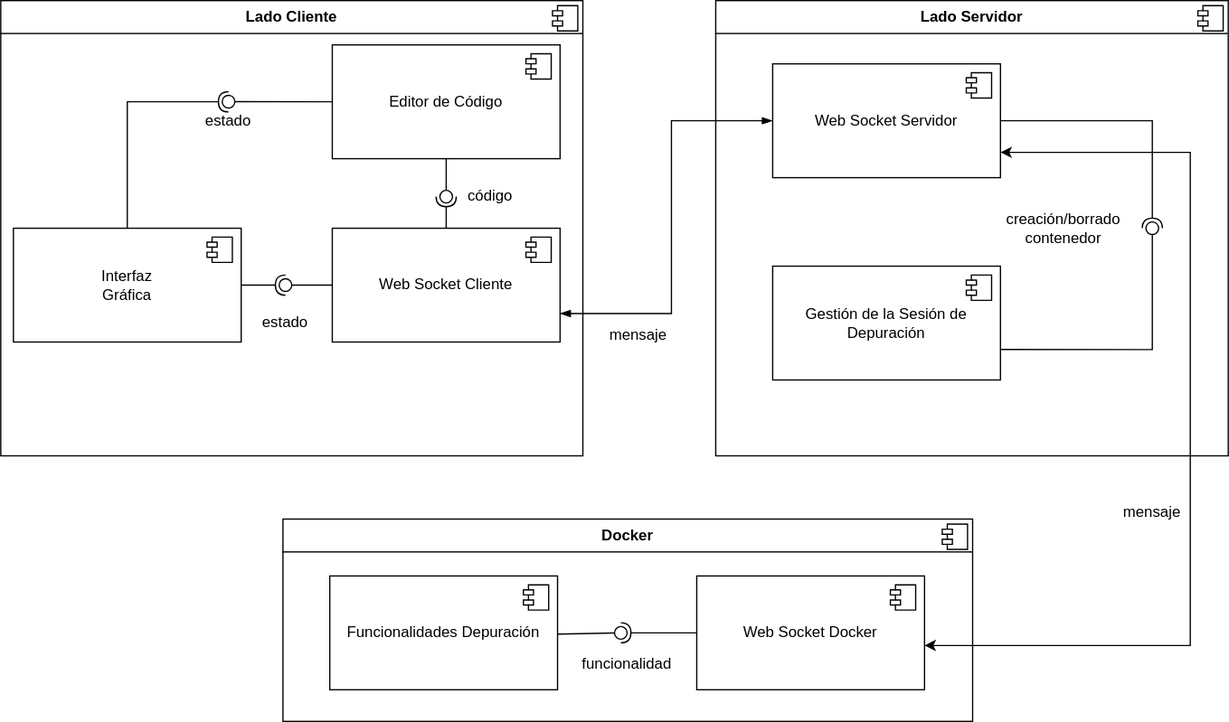
Above: doc/img/componentes_TFG.drawio.svg in Adri-Extremix/Trabajo-de-Fin-de-Grado (draw.io), before the change. Source tidied: cells renumbered, new cells last; positions are measured from the earlier drawing's top-left corner, leaving out a move shared by most shapes.
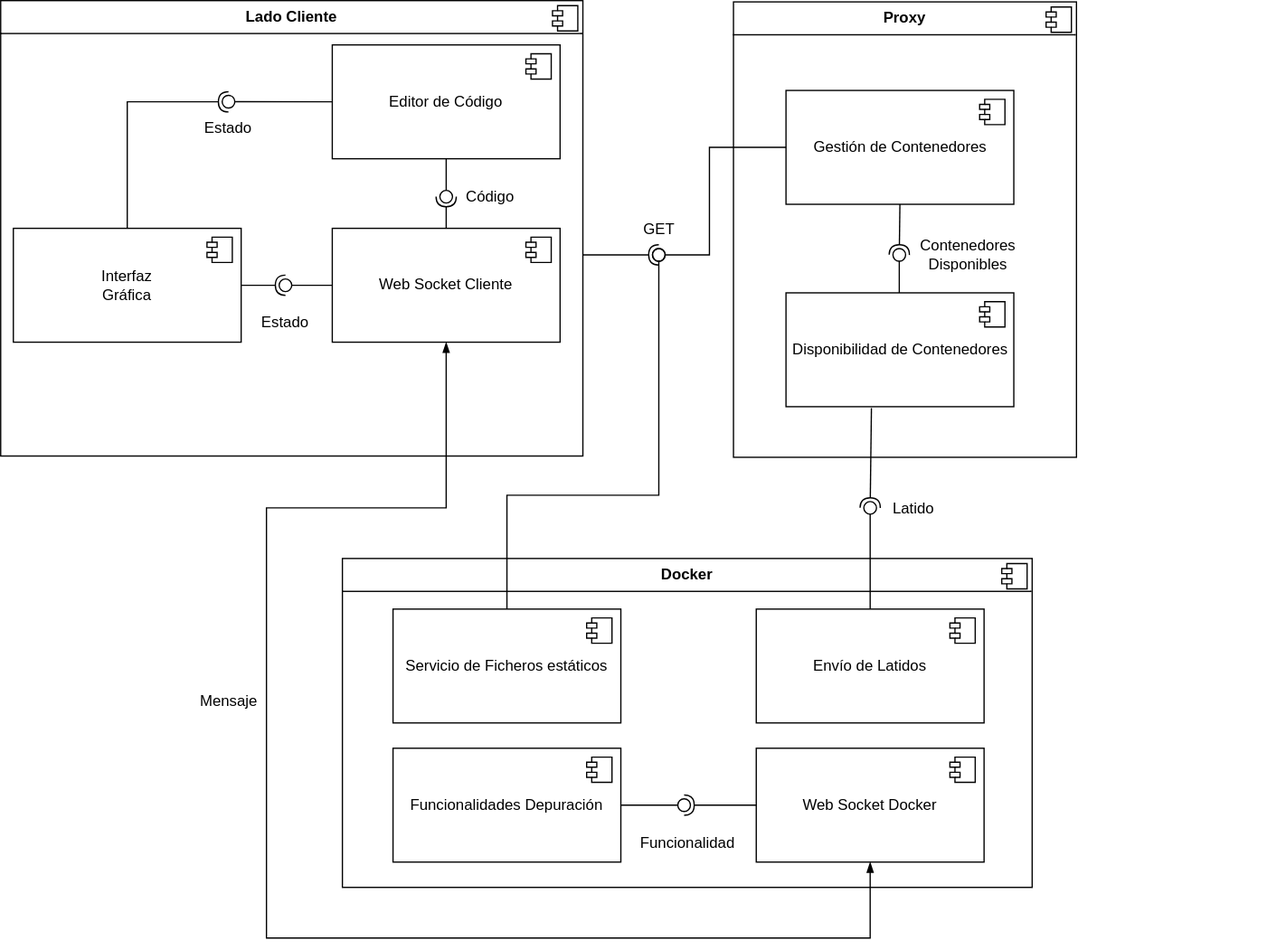
The same diagram one commit later.

Commit message:
Avances en memoria, cambio a la nueva arquitectura

What changed in the source:
```diff
@@ -2,22 +2,22 @@
   <root>
     <mxCell id="0" />
     <mxCell id="1" parent="0" />
+    <mxCell id="53" value="&lt;p style=&quot;margin:0px;margin-top:6px;text-align:center;&quot;&gt;&lt;b&gt;Proxy&lt;/b&gt;&lt;/p&gt;&lt;hr size=&quot;1&quot; style=&quot;border-style:solid;&quot;&gt;&lt;p style=&quot;margin:0px;margin-left:8px;&quot;&gt;&lt;br&gt;&lt;br&gt;&lt;/p&gt;" style="align=left;overflow=fill;html=1;whiteSpace=wrap;" parent="1" vertex="1">
+      <mxGeometry x="509" y="-20" width="271" height="360" as="geometry" />
+    </mxCell>
+    <mxCell id="54" style="shape=component;jettyWidth=8;jettyHeight=4;" parent="53" vertex="1">
+      <mxGeometry x="1" width="20" height="20" relative="1" as="geometry">
+        <mxPoint x="-24" y="4" as="offset" />
+      </mxGeometry>
+    </mxCell>
     <mxCell id="2" value="&lt;p style=&quot;margin:0px;margin-top:6px;text-align:center;&quot;&gt;&lt;b&gt;Docker&lt;/b&gt;&lt;/p&gt;&lt;hr size=&quot;1&quot; style=&quot;border-style:solid;&quot;&gt;" style="align=left;overflow=fill;html=1;whiteSpace=wrap;" parent="1" vertex="1">
-      <mxGeometry x="223" y="410" width="545" height="160" as="geometry" />
+      <mxGeometry x="200" y="420" width="545" height="260" as="geometry" />
     </mxCell>
     <mxCell id="3" style="shape=component;jettyWidth=8;jettyHeight=4;" parent="2" vertex="1">
       <mxGeometry x="1" width="20" height="20" relative="1" as="geometry">
         <mxPoint x="-24" y="4" as="offset" />
       </mxGeometry>
     </mxCell>
-    <mxCell id="4" value="&lt;p style=&quot;margin:0px;margin-top:6px;text-align:center;&quot;&gt;&lt;b&gt;Lado Servidor&lt;/b&gt;&lt;/p&gt;&lt;hr size=&quot;1&quot; style=&quot;border-style:solid;&quot;&gt;" style="align=left;overflow=fill;html=1;whiteSpace=wrap;" parent="1" vertex="1">
-      <mxGeometry x="565" width="405" height="360" as="geometry" />
-    </mxCell>
-    <mxCell id="5" style="shape=component;jettyWidth=8;jettyHeight=4;" parent="4" vertex="1">
-      <mxGeometry x="1" width="20" height="20" relative="1" as="geometry">
-        <mxPoint x="-24" y="4" as="offset" />
-      </mxGeometry>
-    </mxCell>
     <mxCell id="6" style="ellipse;whiteSpace=wrap;html=1;align=center;fillColor=none;strokeColor=none;perimeter=centerPerimeter;" parent="1" vertex="1">
       <mxGeometry x="425" y="230" width="10" height="10" as="geometry" />
     </mxCell>
@@ -25,7 +25,7 @@
       <mxGeometry x="325" y="150" width="10" height="10" as="geometry" />
     </mxCell>
     <mxCell id="8" style="group;" parent="1" vertex="1">
-      <mxGeometry width="460" height="420" as="geometry" />
+      <mxGeometry x="-70" y="-21" width="460" height="420" as="geometry" />
     </mxCell>
     <mxCell id="9" value="&lt;p style=&quot;margin:0px;margin-top:6px;text-align:center;&quot;&gt;&lt;b&gt;Lado Cliente&lt;/b&gt;&lt;/p&gt;&lt;hr size=&quot;1&quot; style=&quot;border-style:solid;&quot;&gt;&lt;p style=&quot;margin:0px;margin-left:8px;&quot;&gt;&lt;br&gt;&lt;br&gt;&lt;/p&gt;" style="align=left;overflow=fill;html=1;whiteSpace=wrap;" parent="8" vertex="1">
       <mxGeometry width="460" height="360" as="geometry" />
@@ -73,10 +73,10 @@
         <mxPoint x="-27" y="7" as="offset" />
       </mxGeometry>
     </mxCell>
-    <mxCell id="21" value="código" style="text;html=1;align=center;verticalAlign=middle;whiteSpace=wrap;rounded=0;" parent="8" vertex="1">
+    <mxCell id="21" value="Código" style="text;html=1;align=center;verticalAlign=middle;whiteSpace=wrap;rounded=0;" parent="8" vertex="1">
       <mxGeometry x="357" y="140" width="60" height="30" as="geometry" />
     </mxCell>
-    <mxCell id="22" value="estado" style="text;html=1;align=center;verticalAlign=middle;whiteSpace=wrap;rounded=0;" parent="8" vertex="1">
+    <mxCell id="22" value="Estado" style="text;html=1;align=center;verticalAlign=middle;whiteSpace=wrap;rounded=0;" parent="8" vertex="1">
       <mxGeometry x="195" y="240" width="60" height="30" as="geometry" />
     </mxCell>
     <mxCell id="23" style="rounded=0;jettySize=auto;html=1;endArrow=halfCircle;endFill=0;endSize=6;strokeWidth=1;sketch=0;exitX=0.5;exitY=0;exitDx=0;exitDy=0;" parent="8" edge="1" source="19">
@@ -95,8 +95,8 @@
     <mxCell id="25" style="ellipse;whiteSpace=wrap;html=1;align=center;fillColor=none;strokeColor=none;perimeter=centerPerimeter;" parent="8" vertex="1">
       <mxGeometry x="185" y="110" width="10" height="10" as="geometry" />
     </mxCell>
-    <mxCell id="26" value="estado" style="text;html=1;align=center;verticalAlign=middle;whiteSpace=wrap;rounded=0;" parent="8" vertex="1">
-      <mxGeometry x="150" y="80" width="60" height="30" as="geometry" />
+    <mxCell id="26" value="Estado" style="text;html=1;align=center;verticalAlign=middle;whiteSpace=wrap;rounded=0;" parent="8" vertex="1">
+      <mxGeometry x="150" y="86" width="60" height="30" as="geometry" />
     </mxCell>
     <mxCell id="27" style="rounded=0;jettySize=auto;html=1;endArrow=oval;endFill=0;sketch=0;sourcePerimeterSpacing=0;targetPerimeterSpacing=0;endSize=10;exitX=0;exitY=0.5;exitDx=0;exitDy=0;" parent="8" edge="1" source="13">
       <mxGeometry relative="1" as="geometry">
@@ -106,63 +106,30 @@
     <mxCell id="28" style="ellipse;whiteSpace=wrap;html=1;align=center;fillColor=none;strokeColor=none;perimeter=centerPerimeter;" parent="1" vertex="1">
       <mxGeometry x="499" y="220" width="10" height="10" as="geometry" />
     </mxCell>
-    <mxCell id="29" style="edgeStyle=orthogonalEdgeStyle;rounded=0;jettySize=auto;html=1;entryX=1;entryY=0.75;entryDx=0;entryDy=0;startArrow=blockThin;startFill=1;endArrow=blockThin;endFill=1;exitX=0;exitY=0.5;exitDx=0;exitDy=0;" parent="1" edge="1" source="30" target="13">
-      <mxGeometry relative="1" as="geometry">
-        <Array as="points">
-          <mxPoint x="530" y="95" />
-          <mxPoint x="530" y="248" />
-        </Array>
-      </mxGeometry>
-    </mxCell>
-    <mxCell id="30" value="Web Socket Servidor" style="html=1;whiteSpace=wrap;" parent="1" vertex="1">
-      <mxGeometry x="610" y="50" width="180" height="90" as="geometry" />
+    <mxCell id="30" value="Gestión de Contenedores" style="html=1;whiteSpace=wrap;" parent="1" vertex="1">
+      <mxGeometry x="550.5" y="50" width="180" height="90" as="geometry" />
     </mxCell>
     <mxCell id="31" style="shape=module;jettyWidth=8;jettyHeight=4;" parent="30" vertex="1">
       <mxGeometry x="1" width="20" height="20" relative="1" as="geometry">
         <mxPoint x="-27" y="7" as="offset" />
       </mxGeometry>
     </mxCell>
-    <mxCell id="32" value="Gestión de la Sesión de Depuración" style="html=1;whiteSpace=wrap;" parent="1" vertex="1">
-      <mxGeometry x="610" y="210" width="180" height="90" as="geometry" />
+    <mxCell id="32" value="Disponibilidad de Contenedores" style="html=1;whiteSpace=wrap;" parent="1" vertex="1">
+      <mxGeometry x="550.5" y="210" width="180" height="90" as="geometry" />
     </mxCell>
     <mxCell id="33" style="shape=module;jettyWidth=8;jettyHeight=4;" parent="32" vertex="1">
       <mxGeometry x="1" width="20" height="20" relative="1" as="geometry">
         <mxPoint x="-27" y="7" as="offset" />
       </mxGeometry>
     </mxCell>
-    <mxCell id="34" style="rounded=0;jettySize=auto;html=1;endArrow=halfCircle;endFill=0;endSize=6;strokeWidth=1;sketch=0;exitX=1;exitY=0.5;exitDx=0;exitDy=0;" parent="1" edge="1" source="30">
-      <mxGeometry relative="1" as="geometry">
-        <mxPoint x="910" y="180" as="targetPoint" />
-        <Array as="points">
-          <mxPoint x="910" y="95" />
-        </Array>
-      </mxGeometry>
-    </mxCell>
-    <mxCell id="35" style="rounded=0;jettySize=auto;html=1;endArrow=oval;endFill=0;sketch=0;sourcePerimeterSpacing=0;targetPerimeterSpacing=0;endSize=10;exitX=1.003;exitY=0.732;exitDx=0;exitDy=0;exitPerimeter=0;" parent="1" edge="1" source="32">
-      <mxGeometry relative="1" as="geometry">
-        <mxPoint x="910" y="180" as="targetPoint" />
-        <Array as="points">
-          <mxPoint x="910" y="276" />
-        </Array>
-      </mxGeometry>
-    </mxCell>
     <mxCell id="36" style="ellipse;whiteSpace=wrap;html=1;align=center;fillColor=none;strokeColor=none;perimeter=centerPerimeter;" parent="1" vertex="1">
       <mxGeometry x="920" y="330" width="10" height="10" as="geometry" />
     </mxCell>
     <mxCell id="37" style="ellipse;whiteSpace=wrap;html=1;align=center;fillColor=none;strokeColor=none;perimeter=centerPerimeter;" parent="1" vertex="1">
-      <mxGeometry x="575" y="470" width="10" height="10" as="geometry" />
+      <mxGeometry x="552" y="533" width="10" height="10" as="geometry" />
     </mxCell>
-    <mxCell id="38" style="edgeStyle=none;html=1;exitX=1;exitY=0.611;exitDx=0;exitDy=0;exitPerimeter=0;rounded=0;curved=0;startArrow=classic;startFill=1;" parent="1" edge="1" source="39">
-      <mxGeometry relative="1" as="geometry">
-        <mxPoint x="790" y="120" as="targetPoint" />
-        <Array as="points">
-          <mxPoint x="940" y="510" />
-          <mxPoint x="940" y="120" />
-        </Array>
-      </mxGeometry>
-    </mxCell>
     <mxCell id="39" value="Web Socket Docker" style="html=1;whiteSpace=wrap;" parent="1" vertex="1">
-      <mxGeometry x="550" y="455" width="180" height="90" as="geometry" />
+      <mxGeometry x="527" y="570" width="180" height="90" as="geometry" />
     </mxCell>
     <mxCell id="40" style="shape=module;jettyWidth=8;jettyHeight=4;" parent="39" vertex="1">
       <mxGeometry x="1" width="20" height="20" relative="1" as="geometry">
@@ -170,38 +137,32 @@
       </mxGeometry>
     </mxCell>
     <mxCell id="41" value="Funcionalidades Depuración" style="html=1;whiteSpace=wrap;" parent="1" vertex="1">
-      <mxGeometry x="260" y="455" width="180" height="90" as="geometry" />
+      <mxGeometry x="240" y="570" width="180" height="90" as="geometry" />
     </mxCell>
     <mxCell id="42" style="shape=module;jettyWidth=8;jettyHeight=4;" parent="41" vertex="1">
       <mxGeometry x="1" width="20" height="20" relative="1" as="geometry">
         <mxPoint x="-27" y="7" as="offset" />
       </mxGeometry>
     </mxCell>
-    <mxCell id="43" style="rounded=0;jettySize=auto;html=1;endArrow=halfCircle;endFill=0;endSize=6;strokeWidth=1;sketch=0;exitX=0;exitY=0.5;exitDx=0;exitDy=0;" parent="1" edge="1" source="39">
+    <mxCell id="43" style="rounded=0;orthogonalLoop=1;jettySize=auto;html=1;endArrow=halfCircle;endFill=0;endSize=6;strokeWidth=1;sketch=0;exitX=0;exitY=0.5;exitDx=0;exitDy=0;" parent="1" edge="1">
       <mxGeometry relative="1" as="geometry">
-        <mxPoint x="490" y="500" as="targetPoint" />
+        <mxPoint x="527" y="615" as="sourcePoint" />
+        <mxPoint x="470" y="615" as="targetPoint" />
       </mxGeometry>
     </mxCell>
-    <mxCell id="44" style="rounded=0;orthogonalLoop=1;jettySize=auto;html=1;endArrow=oval;endFill=0;sketch=0;sourcePerimeterSpacing=0;targetPerimeterSpacing=0;endSize=10;exitX=1;exitY=0.5;exitDx=0;exitDy=0;" parent="1" edge="1">
+    <mxCell id="44" style="rounded=0;jettySize=auto;html=1;endArrow=oval;endFill=0;sketch=0;sourcePerimeterSpacing=0;targetPerimeterSpacing=0;endSize=10;exitX=1;exitY=0.5;exitDx=0;exitDy=0;" parent="1" edge="1" source="41">
       <mxGeometry relative="1" as="geometry">
-        <mxPoint x="440" y="501" as="sourcePoint" />
-        <mxPoint x="490" y="500" as="targetPoint" />
+        <mxPoint x="470" y="615" as="targetPoint" />
       </mxGeometry>
     </mxCell>
     <mxCell id="45" style="ellipse;whiteSpace=wrap;html=1;align=center;fillColor=none;strokeColor=none;perimeter=centerPerimeter;" parent="1" vertex="1">
-      <mxGeometry x="555" y="470" width="10" height="10" as="geometry" />
+      <mxGeometry x="532" y="533" width="10" height="10" as="geometry" />
     </mxCell>
     <mxCell id="46" style="ellipse;whiteSpace=wrap;html=1;align=center;fillColor=none;strokeColor=none;perimeter=centerPerimeter;" parent="1" vertex="1">
-      <mxGeometry x="415" y="407" width="10" height="10" as="geometry" />
+      <mxGeometry x="392" y="470" width="10" height="10" as="geometry" />
     </mxCell>
-    <mxCell id="47" value="mensaje" style="text;html=1;align=center;verticalAlign=middle;whiteSpace=wrap;rounded=0;" parent="1" vertex="1">
-      <mxGeometry x="474" y="250" width="60" height="30" as="geometry" />
-    </mxCell>
-    <mxCell id="48" value="mensaje" style="text;html=1;align=center;verticalAlign=middle;whiteSpace=wrap;rounded=0;" parent="1" vertex="1">
-      <mxGeometry x="880" y="390" width="60" height="30" as="geometry" />
-    </mxCell>
-    <mxCell id="49" value="funcionalidad" style="text;html=1;align=center;verticalAlign=middle;whiteSpace=wrap;rounded=0;" parent="1" vertex="1">
-      <mxGeometry x="465" y="510" width="60" height="30" as="geometry" />
+    <mxCell id="49" value="Funcionalidad" style="text;html=1;align=center;verticalAlign=middle;whiteSpace=wrap;rounded=0;" parent="1" vertex="1">
+      <mxGeometry x="442.5" y="630" width="60" height="30" as="geometry" />
     </mxCell>
     <mxCell id="50" style="ellipse;whiteSpace=wrap;html=1;align=center;fillColor=none;strokeColor=none;perimeter=centerPerimeter;" parent="1" vertex="1">
       <mxGeometry x="357" y="160" width="10" height="10" as="geometry" />
@@ -209,8 +170,90 @@
     <mxCell id="51" style="ellipse;whiteSpace=wrap;html=1;align=center;fillColor=none;strokeColor=none;perimeter=centerPerimeter;" parent="1" vertex="1">
       <mxGeometry x="357" y="160" width="10" height="10" as="geometry" />
     </mxCell>
-    <mxCell id="52" value="creación/borrado contenedor" style="text;html=1;align=center;verticalAlign=middle;whiteSpace=wrap;rounded=0;" parent="1" vertex="1">
-      <mxGeometry x="790" y="165" width="100" height="30" as="geometry" />
+    <mxCell id="52" style="rounded=0;orthogonalLoop=1;jettySize=auto;html=1;endArrow=oval;endFill=0;sketch=0;sourcePerimeterSpacing=0;targetPerimeterSpacing=0;endSize=10;" parent="1" edge="1">
+      <mxGeometry relative="1" as="geometry">
+        <mxPoint x="640" y="210" as="sourcePoint" />
+        <mxPoint x="640" y="180" as="targetPoint" />
+      </mxGeometry>
     </mxCell>
+    <mxCell id="55" style="rounded=0;jettySize=auto;html=1;endArrow=halfCircle;endFill=0;endSize=6;strokeWidth=1;sketch=0;exitX=0.5;exitY=1;exitDx=0;exitDy=0;" parent="1" edge="1" source="30">
+      <mxGeometry relative="1" as="geometry">
+        <mxPoint x="640" y="180" as="targetPoint" />
+      </mxGeometry>
+    </mxCell>
+    <mxCell id="56" style="rounded=0;jettySize=auto;html=1;endArrow=oval;endFill=0;sketch=0;sourcePerimeterSpacing=0;targetPerimeterSpacing=0;endSize=10;exitX=0;exitY=0.5;exitDx=0;exitDy=0;" parent="1" edge="1" source="30">
+      <mxGeometry relative="1" as="geometry">
+        <mxPoint x="450" y="180" as="targetPoint" />
+        <Array as="points">
+          <mxPoint x="490" y="95" />
+          <mxPoint x="490" y="180" />
+        </Array>
+      </mxGeometry>
+    </mxCell>
+    <mxCell id="57" style="rounded=0;orthogonalLoop=1;jettySize=auto;html=1;endArrow=halfCircle;endFill=0;endSize=6;strokeWidth=1;sketch=0;" parent="1" edge="1">
+      <mxGeometry relative="1" as="geometry">
+        <mxPoint x="390" y="180" as="sourcePoint" />
+        <mxPoint x="450" y="180" as="targetPoint" />
+      </mxGeometry>
+    </mxCell>
+    <mxCell id="58" style="html=1;rounded=0;curved=0;endArrow=blockThin;endFill=1;startArrow=blockThin;startFill=1;" parent="1" edge="1" source="13" target="39">
+      <mxGeometry relative="1" as="geometry">
+        <Array as="points">
+          <mxPoint x="282" y="380" />
+          <mxPoint x="140" y="380" />
+          <mxPoint x="140" y="720" />
+          <mxPoint x="617" y="720" />
+        </Array>
+      </mxGeometry>
+    </mxCell>
+    <mxCell id="59" value="Servicio de Ficheros estáticos" style="html=1;whiteSpace=wrap;" parent="1" vertex="1">
+      <mxGeometry x="240" y="460" width="180" height="90" as="geometry" />
+    </mxCell>
+    <mxCell id="60" style="shape=module;jettyWidth=8;jettyHeight=4;" parent="59" vertex="1">
+      <mxGeometry x="1" width="20" height="20" relative="1" as="geometry">
+        <mxPoint x="-27" y="7" as="offset" />
+      </mxGeometry>
+    </mxCell>
+    <mxCell id="61" style="rounded=0;jettySize=auto;html=1;endArrow=oval;endFill=0;sketch=0;sourcePerimeterSpacing=0;targetPerimeterSpacing=0;endSize=10;exitX=0.5;exitY=0;exitDx=0;exitDy=0;" parent="1" edge="1" source="59">
+      <mxGeometry relative="1" as="geometry">
+        <mxPoint x="450" y="180" as="targetPoint" />
+        <Array as="points">
+          <mxPoint x="330" y="370" />
+          <mxPoint x="450" y="370" />
+        </Array>
+      </mxGeometry>
+    </mxCell>
+    <mxCell id="62" value="GET" style="text;html=1;align=center;verticalAlign=middle;strokeColor=none;fillColor=none;" parent="1" vertex="1">
+      <mxGeometry x="425" y="145" width="50" height="30" as="geometry" />
+    </mxCell>
+    <mxCell id="63" value="Envío de Latidos" style="html=1;whiteSpace=wrap;" parent="1" vertex="1">
+      <mxGeometry x="527" y="460" width="180" height="90" as="geometry" />
+    </mxCell>
+    <mxCell id="64" style="shape=module;jettyWidth=8;jettyHeight=4;" parent="63" vertex="1">
+      <mxGeometry x="1" width="20" height="20" relative="1" as="geometry">
+        <mxPoint x="-27" y="7" as="offset" />
+      </mxGeometry>
+    </mxCell>
+    <mxCell id="65" style="rounded=0;jettySize=auto;html=1;endArrow=oval;endFill=0;sketch=0;sourcePerimeterSpacing=0;targetPerimeterSpacing=0;endSize=10;exitX=0.5;exitY=0;exitDx=0;exitDy=0;" parent="1" edge="1" source="63">
+      <mxGeometry relative="1" as="geometry">
+        <mxPoint x="617" y="380" as="targetPoint" />
+      </mxGeometry>
+    </mxCell>
+    <mxCell id="66" style="rounded=0;jettySize=auto;html=1;endArrow=halfCircle;endFill=0;endSize=6;strokeWidth=1;sketch=0;exitX=0.375;exitY=1.012;exitDx=0;exitDy=0;exitPerimeter=0;" parent="1" edge="1" source="32">
+      <mxGeometry relative="1" as="geometry">
+        <mxPoint x="617" y="380" as="targetPoint" />
+      </mxGeometry>
+    </mxCell>
+    <mxCell id="67" value="&lt;font style=&quot;font-size: 12px;&quot;&gt;Latido&lt;/font&gt;" style="edgeLabel;html=1;align=center;verticalAlign=middle;" parent="66" vertex="1">
+      <mxGeometry x="0.74" y="13" relative="1" as="geometry">
+        <mxPoint x="20" y="10" as="offset" />
+      </mxGeometry>
+    </mxCell>
+    <mxCell id="68" value="Mensaje" style="text;html=1;align=center;verticalAlign=middle;strokeColor=none;fillColor=none;" parent="1" vertex="1">
+      <mxGeometry x="75" y="518" width="70" height="30" as="geometry" />
+    </mxCell>
+    <mxCell id="69" value="&lt;div&gt;&lt;div&gt;Contenedores&amp;nbsp;&lt;/div&gt;&lt;/div&gt;&lt;div&gt;Disponibles&lt;/div&gt;" style="text;html=1;align=center;verticalAlign=middle;strokeColor=none;fillColor=none;" parent="1" vertex="1">
+      <mxGeometry x="644" y="160" width="100" height="40" as="geometry" />
+    </mxCell>
   </root>
 </mxGraphModel>
```
